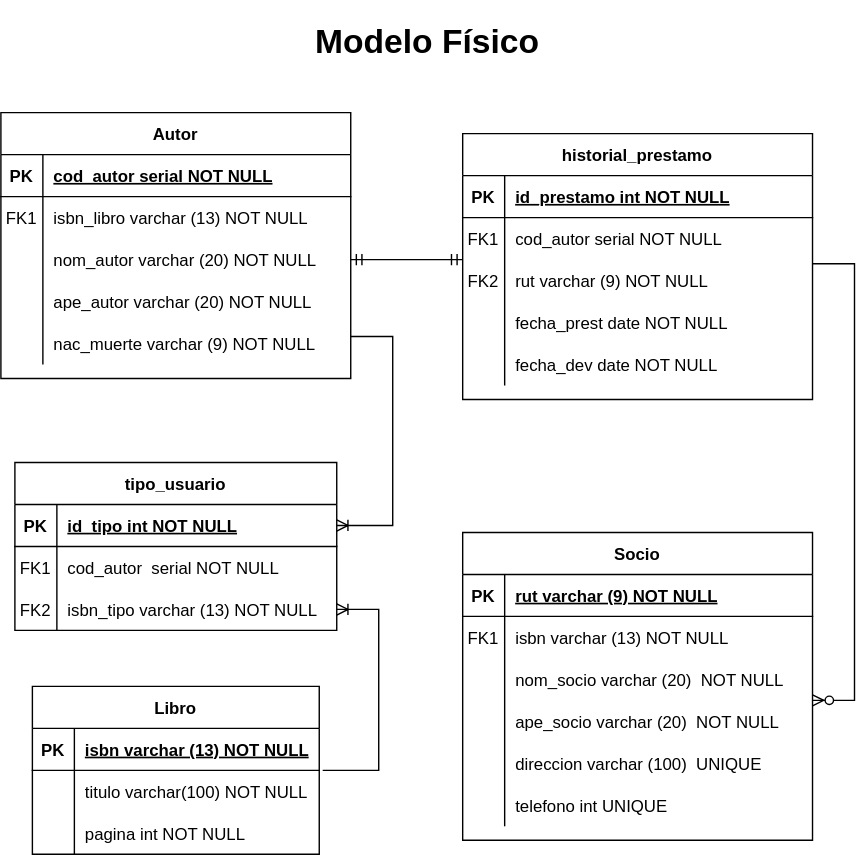
The draw.io diagram Modelo fisico.drawio.svg in FranSantander/-Biblioteca, before a commit. Source tidied: cells renumbered, new cells last; positions are measured from the earlier drawing's top-left corner, leaving out a move shared by most shapes.
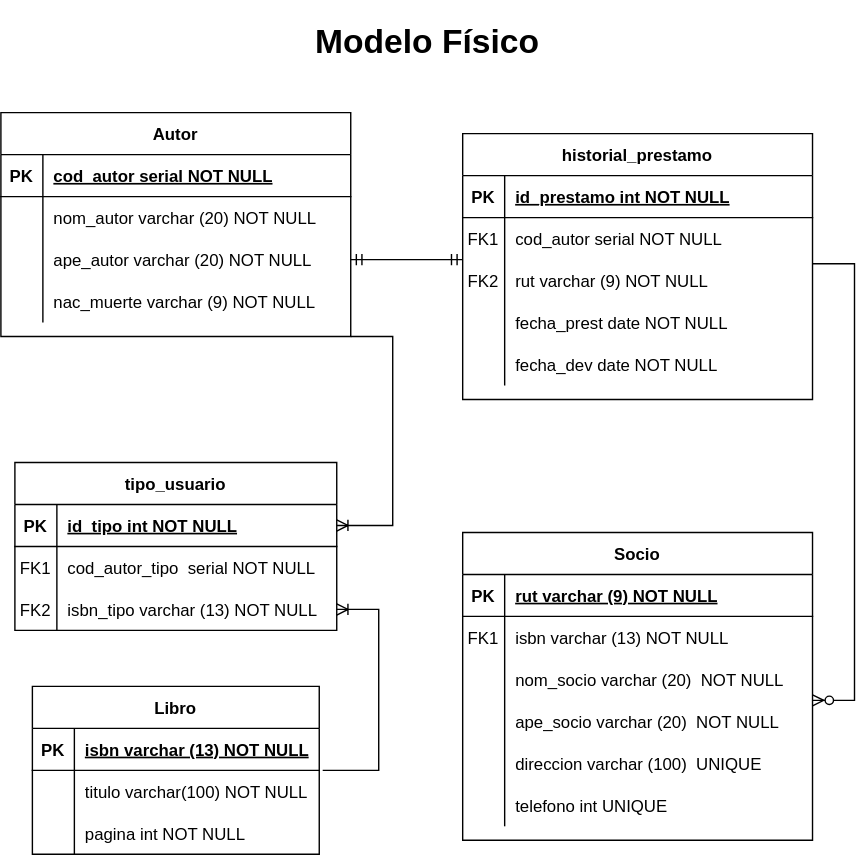
The same diagram one commit later.

The edit, as a diff of the source:
```diff
@@ -120,7 +120,7 @@
       <mxGeometry x="220" width="170" height="40" as="geometry" />
     </mxCell>
     <mxCell id="40" value="Autor" style="shape=table;startSize=30;rowLines=0;fontStyle=1;align=center;" parent="1" vertex="1">
-      <mxGeometry y="70" width="250" height="190" as="geometry" />
+      <mxGeometry y="70" width="250" height="160" as="geometry" />
     </mxCell>
     <mxCell id="41" style="shape=tableRow;horizontal=0;startSize=0;swimlaneHead=0;swimlaneBody=0;fillColor=none;top=0;left=0;right=0;bottom=1;" parent="40" vertex="1">
       <mxGeometry y="30" width="250" height="30" as="geometry" />
@@ -131,17 +131,8 @@
     <mxCell id="43" value="cod_autor serial NOT NULL" style="shape=partialRectangle;fillColor=none;top=0;left=0;bottom=0;right=0;align=left;spacingLeft=6;fontStyle=5;overflow=hidden;" parent="41" vertex="1">
       <mxGeometry x="30" width="220" height="30" as="geometry" />
     </mxCell>
-    <mxCell id="44" style="shape=tableRow;horizontal=0;startSize=0;swimlaneHead=0;swimlaneBody=0;fillColor=none;top=0;left=0;right=0;bottom=0;" parent="40" vertex="1">
-      <mxGeometry y="60" width="250" height="30" as="geometry" />
-    </mxCell>
-    <mxCell id="45" value="FK1" style="shape=partialRectangle;fillColor=none;top=0;left=0;bottom=0;right=0;overflow=hidden;" parent="44" vertex="1">
-      <mxGeometry width="30" height="30" as="geometry" />
-    </mxCell>
-    <mxCell id="46" value="isbn_libro varchar (13) NOT NULL" style="shape=partialRectangle;fillColor=none;top=0;left=0;bottom=0;right=0;align=left;spacingLeft=6;overflow=hidden;" parent="44" vertex="1">
-      <mxGeometry x="30" width="220" height="30" as="geometry" />
-    </mxCell>
     <mxCell id="47" style="shape=tableRow;horizontal=0;startSize=0;swimlaneHead=0;swimlaneBody=0;fillColor=none;top=0;left=0;right=0;bottom=0;" parent="40" vertex="1">
-      <mxGeometry y="90" width="250" height="30" as="geometry" />
+      <mxGeometry y="60" width="250" height="30" as="geometry" />
     </mxCell>
     <mxCell id="48" style="shape=partialRectangle;fillColor=none;top=0;left=0;bottom=0;right=0;overflow=hidden;" parent="47" vertex="1">
       <mxGeometry width="30" height="30" as="geometry" />
@@ -150,7 +141,7 @@
       <mxGeometry x="30" width="220" height="30" as="geometry" />
     </mxCell>
     <mxCell id="50" style="shape=tableRow;horizontal=0;startSize=0;swimlaneHead=0;swimlaneBody=0;fillColor=none;top=0;left=0;right=0;bottom=0;" parent="40" vertex="1">
-      <mxGeometry y="120" width="250" height="30" as="geometry" />
+      <mxGeometry y="90" width="250" height="30" as="geometry" />
     </mxCell>
     <mxCell id="51" style="shape=partialRectangle;fillColor=none;top=0;left=0;bottom=0;right=0;overflow=hidden;" parent="50" vertex="1">
       <mxGeometry width="30" height="30" as="geometry" />
@@ -159,7 +150,7 @@
       <mxGeometry x="30" width="220" height="30" as="geometry" />
     </mxCell>
     <mxCell id="53" style="shape=tableRow;horizontal=0;startSize=0;swimlaneHead=0;swimlaneBody=0;fillColor=none;top=0;left=0;right=0;bottom=0;" parent="40" vertex="1">
-      <mxGeometry y="150" width="250" height="30" as="geometry" />
+      <mxGeometry y="120" width="250" height="30" as="geometry" />
     </mxCell>
     <mxCell id="54" style="shape=partialRectangle;fillColor=none;top=0;left=0;bottom=0;right=0;overflow=hidden;" parent="53" vertex="1">
       <mxGeometry width="30" height="30" as="geometry" />
@@ -215,7 +206,7 @@
     <mxCell id="71" value="FK1" style="shape=partialRectangle;fillColor=none;top=0;left=0;bottom=0;right=0;overflow=hidden;" parent="70" vertex="1">
       <mxGeometry width="30" height="30" as="geometry" />
     </mxCell>
-    <mxCell id="72" value="cod_autor  serial NOT NULL" style="shape=partialRectangle;fillColor=none;top=0;left=0;bottom=0;right=0;align=left;spacingLeft=6;overflow=hidden;" parent="70" vertex="1">
+    <mxCell id="72" value="cod_autor_tipo  serial NOT NULL" style="shape=partialRectangle;fillColor=none;top=0;left=0;bottom=0;right=0;align=left;spacingLeft=6;overflow=hidden;" parent="70" vertex="1">
       <mxGeometry x="30" width="200" height="30" as="geometry" />
     </mxCell>
     <mxCell id="73" style="shape=tableRow;horizontal=0;startSize=0;swimlaneHead=0;swimlaneBody=0;fillColor=none;points=[[0,0.5],[1,0.5]];portConstraint=eastwest;top=0;left=0;right=0;bottom=0;" parent="66" vertex="1">
```
